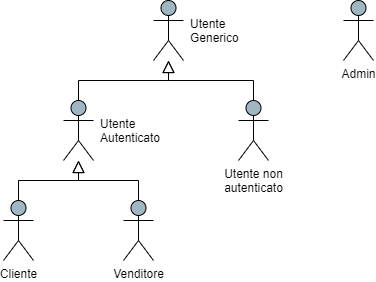
This is DocumentazioneEsterna/AnalisiDeiRequisiti/res/UseCase/Immagini/DiagrammaAttoriPrimari.png from Omicron-Team/Documentazione, a draw.io export, as it was before one commit. Source tidied: cells renumbered, new cells last; positions are measured from the earlier drawing's top-left corner, leaving out a move shared by most shapes.
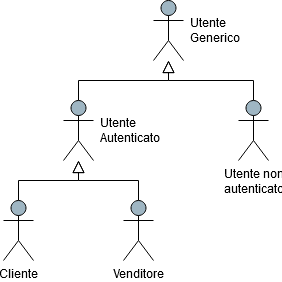
Later version of the same file.

Change to the diagram source:
```diff
@@ -49,8 +49,5 @@
     <mxCell id="10" value="Utente&lt;br&gt;Generico" style="shape=umlActor;verticalLabelPosition=middle;verticalAlign=middle;html=1;fillColor=#9FB6C3;labelPosition=right;align=left;spacing=7;" parent="1" vertex="1">
       <mxGeometry x="150" width="30" height="60" as="geometry" />
     </mxCell>
-    <mxCell id="11" value="Admin" style="shape=umlActor;verticalLabelPosition=bottom;verticalAlign=top;html=1;fillColor=#9FB6C3;" parent="1" vertex="1">
-      <mxGeometry x="340" width="30" height="60" as="geometry" />
-    </mxCell>
   </root>
 </mxGraphModel>
```
